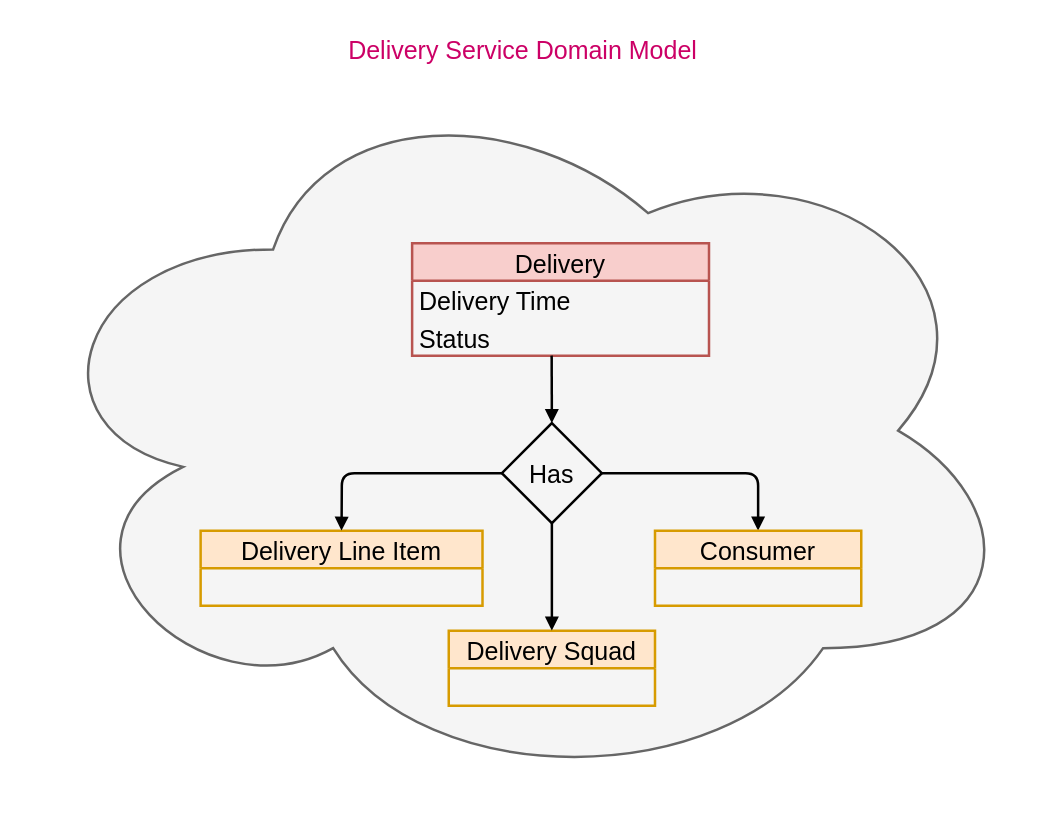
dudhwalas/dudhwala keeps this draw.io diagram as docs/diagram/delivery_service_domain_model.drawio. Above is the earlier version. Source tidied: cells renumbered, new cells numbered last; positions are measured from the earlier drawing's top-left corner, leaving out a move shared by most shapes. Both pictures are drawn from the tidied source at 125%, with x=0, y=0 at pixel (22, 68).
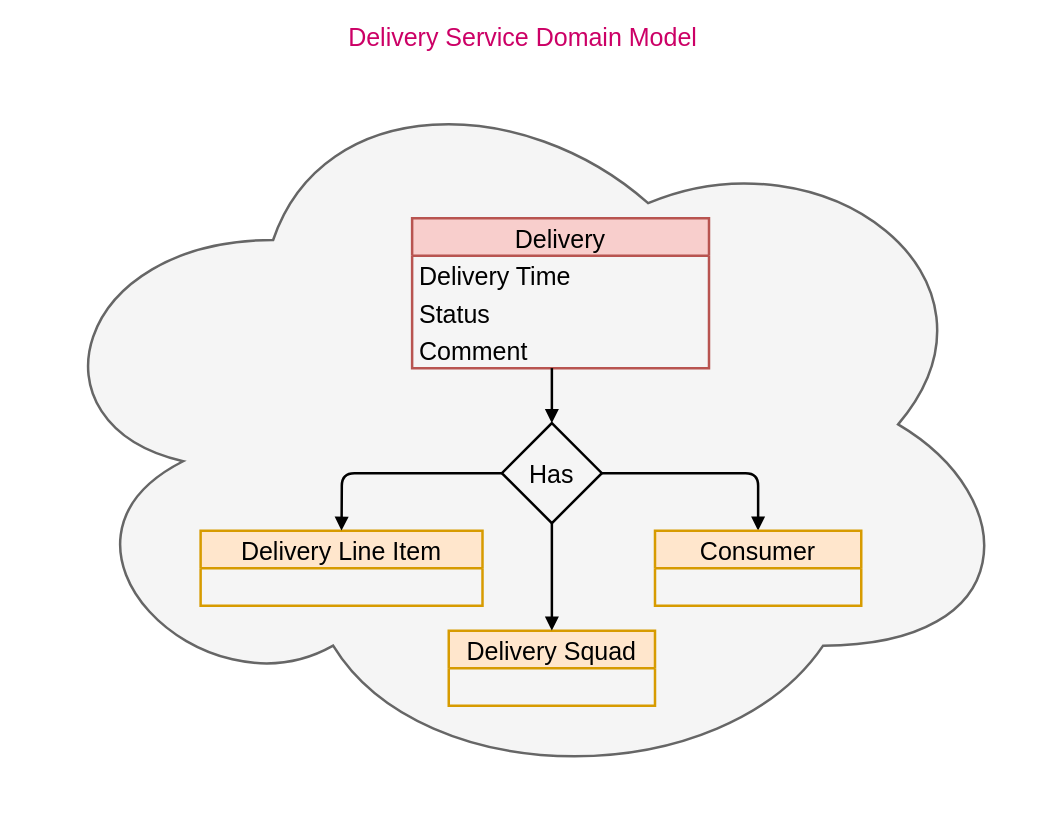
The same page after the edit.

Change to the diagram source:
```diff
@@
 <mxGraphModel>
   <root>
     <mxCell id="0" />
     <mxCell id="1" parent="0" />
     <mxCell id="2" value="Delivery Service Domain Model" style="ellipse;shape=cloud;whiteSpace=wrap;html=1;fillColor=#f5f5f5;fontColor=#CC0066;strokeColor=#666666;strokeWidth=2;labelPosition=center;verticalLabelPosition=top;align=center;verticalAlign=bottom;fontSize=20;" parent="1" vertex="1">
-      <mxGeometry width="800" height="580" as="geometry" />
+      <mxGeometry y="-10" width="800" height="590" as="geometry" />
     </mxCell>
     <mxCell id="3" value="Delivery" style="swimlane;fontStyle=0;horizontal=1;startSize=30;fillColor=#f8cecc;strokeColor=#b85450;fontSize=20;strokeWidth=2;" parent="1" vertex="1">
-      <mxGeometry x="311.2" y="140" width="237.5" height="90" as="geometry" />
+      <mxGeometry x="311.2" y="120" width="237.5" height="120" as="geometry" />
     </mxCell>
     <mxCell id="4" value="Delivery Time" style="text;strokeColor=none;fillColor=none;align=left;verticalAlign=middle;spacingLeft=4;spacingRight=4;overflow=hidden;fontSize=20;strokeWidth=2;" parent="3" vertex="1">
       <mxGeometry y="30" width="237.5" height="30" as="geometry" />
     </mxCell>
     <mxCell id="5" value="Status" style="text;strokeColor=none;fillColor=none;align=left;verticalAlign=middle;spacingLeft=4;spacingRight=4;overflow=hidden;points=[[0,0.5],[1,0.5]];portConstraint=eastwest;fontSize=20;strokeWidth=2;" parent="3" vertex="1">
       <mxGeometry y="60" width="237.5" height="30" as="geometry" />
     </mxCell>
+    <mxCell id="14" value="Comment" style="text;strokeColor=none;fillColor=none;align=left;verticalAlign=middle;spacingLeft=4;spacingRight=4;overflow=hidden;fontSize=20;strokeWidth=2;" parent="3" vertex="1">
+      <mxGeometry y="90" width="237.5" height="30" as="geometry" />
+    </mxCell>
     <mxCell id="6" value="Delivery Line Item" style="swimlane;fontStyle=0;horizontal=1;startSize=30;fillColor=#ffe6cc;strokeColor=#d79b00;fontSize=20;strokeWidth=2;" parent="1" vertex="1">
       <mxGeometry x="142" y="370" width="225.5" height="60" as="geometry" />
     </mxCell>
     <mxCell id="7" style="edgeStyle=none;html=1;exitX=1;exitY=0.5;exitDx=0;exitDy=0;entryX=0.5;entryY=0;entryDx=0;entryDy=0;endArrow=block;endFill=1;strokeWidth=2;" parent="1" edge="1" source="8" target="11">
       <mxGeometry relative="1" as="geometry">
         <Array as="points">
           <mxPoint x="588" y="324" />
         </Array>
       </mxGeometry>
     </mxCell>
     <mxCell id="8" value="Has" style="rhombus;whiteSpace=wrap;html=1;fontSize=20;fillColor=none;strokeWidth=2;" parent="1" vertex="1">
       <mxGeometry x="383" y="284" width="80" height="80" as="geometry" />
     </mxCell>
-    <mxCell id="9" style="edgeStyle=none;html=1;exitX=0.47;exitY=1;exitDx=0;exitDy=0;entryX=0.5;entryY=0;entryDx=0;entryDy=0;fontSize=20;exitPerimeter=0;endArrow=block;endFill=1;strokeWidth=2;" parent="1" edge="1" source="5" target="8">
-      <mxGeometry relative="1" as="geometry" />
+    <mxCell id="9" style="edgeStyle=none;html=1;entryX=0.5;entryY=0;entryDx=0;entryDy=0;fontSize=20;endArrow=block;endFill=1;strokeWidth=2;" parent="1" edge="1" target="8">
+      <mxGeometry relative="1" as="geometry">
+        <mxPoint x="423" y="240" as="sourcePoint" />
+      </mxGeometry>
     </mxCell>
     <mxCell id="10" style="edgeStyle=none;html=1;entryX=0.5;entryY=0;entryDx=0;entryDy=0;fontSize=20;endArrow=block;endFill=1;strokeWidth=2;exitX=0;exitY=0.5;exitDx=0;exitDy=0;" parent="1" edge="1" source="8" target="6">
       <mxGeometry relative="1" as="geometry">
         <Array as="points">
           <mxPoint x="255" y="324" />
         </Array>
       </mxGeometry>
     </mxCell>
     <mxCell id="11" value="Consumer" style="swimlane;fontStyle=0;horizontal=1;startSize=30;fillColor=#ffe6cc;strokeColor=#d79b00;fontSize=20;strokeWidth=2;" parent="1" vertex="1">
       <mxGeometry x="505.5" y="370" width="165" height="60" as="geometry" />
     </mxCell>
     <mxCell id="12" value="Delivery Squad" style="swimlane;fontStyle=0;horizontal=1;startSize=30;fillColor=#ffe6cc;strokeColor=#d79b00;fontSize=20;strokeWidth=2;" parent="1" vertex="1">
       <mxGeometry x="340.5" y="450" width="165" height="60" as="geometry" />
     </mxCell>
     <mxCell id="13" style="edgeStyle=none;html=1;exitX=0.5;exitY=1;exitDx=0;exitDy=0;entryX=0.5;entryY=0;entryDx=0;entryDy=0;endArrow=block;endFill=1;strokeWidth=2;" parent="1" edge="1" source="8" target="12">
       <mxGeometry relative="1" as="geometry" />
     </mxCell>
   </root>
 </mxGraphModel>
```
